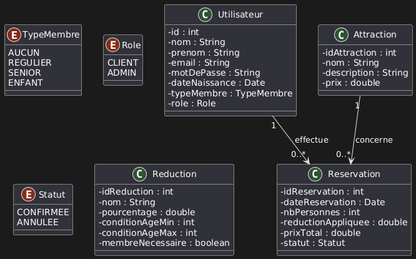
Before: uml.png, a diagram exported from PlantUML (shm0m/Hop-In).
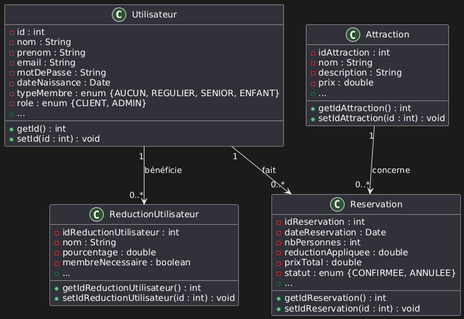
The same diagram one commit later.

What changed in the source:
```diff
@@ -1,23 +1,4 @@
 @startuml
-skinparam classAttributeIconSize 0
-
-enum TypeMembre {
-  AUCUN
-  REGULIER
-  SENIOR
-  ENFANT
-}
-
-enum Role {
-  CLIENT
-  ADMIN
-}
-
-enum Statut {
-  CONFIRMEE
-  ANNULEE
-}
-
 class Utilisateur {
   - id : int
   - nom : String
@@ -25,8 +6,11 @@
   - email : String
   - motDePasse : String
   - dateNaissance : Date
-  - typeMembre : TypeMembre
-  - role : Role
+  - typeMembre : enum {AUCUN, REGULIER, SENIOR, ENFANT}
+  - role : enum {CLIENT, ADMIN}
+  + getId() : int
+  + setId(id : int) : void
+  + ...
 }
 
 class Attraction {
@@ -34,6 +18,9 @@
   - nom : String
   - description : String
   - prix : double
+  + getIdAttraction() : int
+  + setIdAttraction(id : int) : void
+  + ...
 }
 
 class Reservation {
@@ -42,18 +29,23 @@
   - nbPersonnes : int
   - reductionAppliquee : double
   - prixTotal : double
-  - statut : Statut
+  - statut : enum {CONFIRMEE, ANNULEE}
+  + getIdReservation() : int
+  + setIdReservation(id : int) : void
+  + ...
 }
 
-class Reduction {
-  - idReduction : int
+class ReductionUtilisateur {
+  - idReductionUtilisateur : int
   - nom : String
   - pourcentage : double
-  - conditionAgeMin : int
-  - conditionAgeMax : int
   - membreNecessaire : boolean
+  + getIdReductionUtilisateur() : int
+  + setIdReductionUtilisateur(id : int) : void
+  + ...
 }
 
-Utilisateur "1" --> "0..*" Reservation : effectue
+Utilisateur "1" --> "0..*" Reservation : fait
 Attraction "1" --> "0..*" Reservation : concerne
+Utilisateur "1" --> "0..*" ReductionUtilisateur : bénéficie
 @enduml
```
